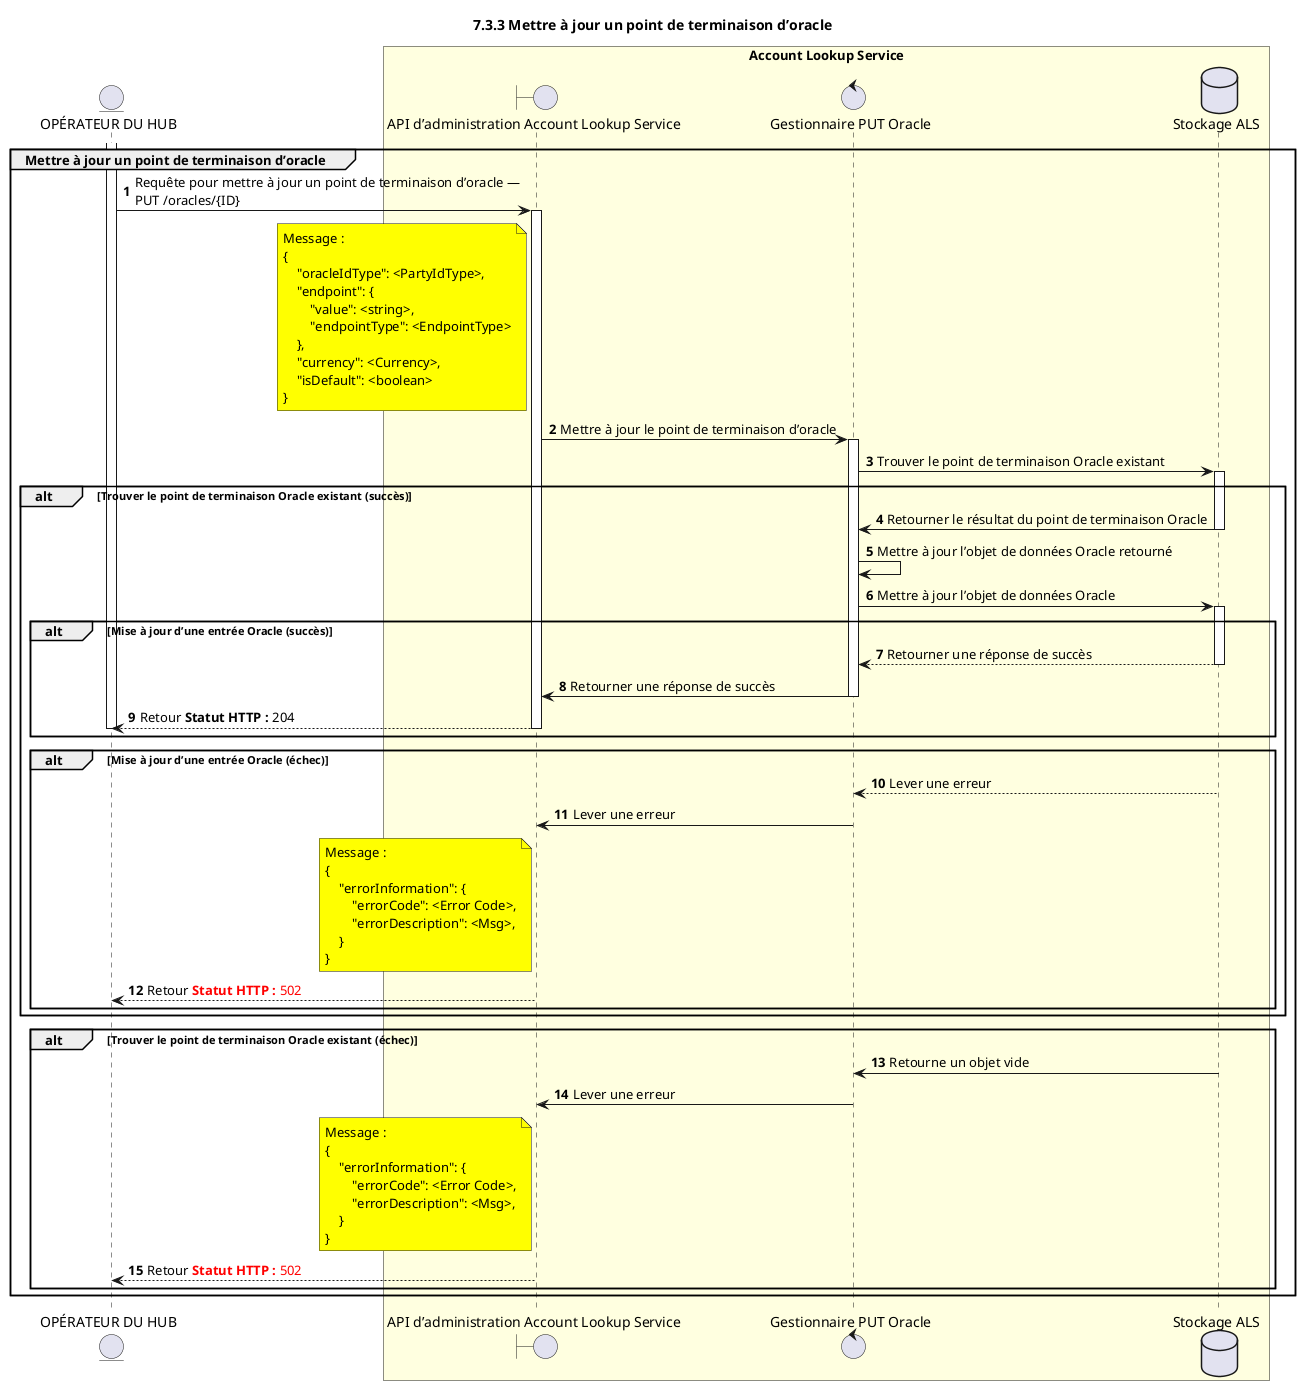
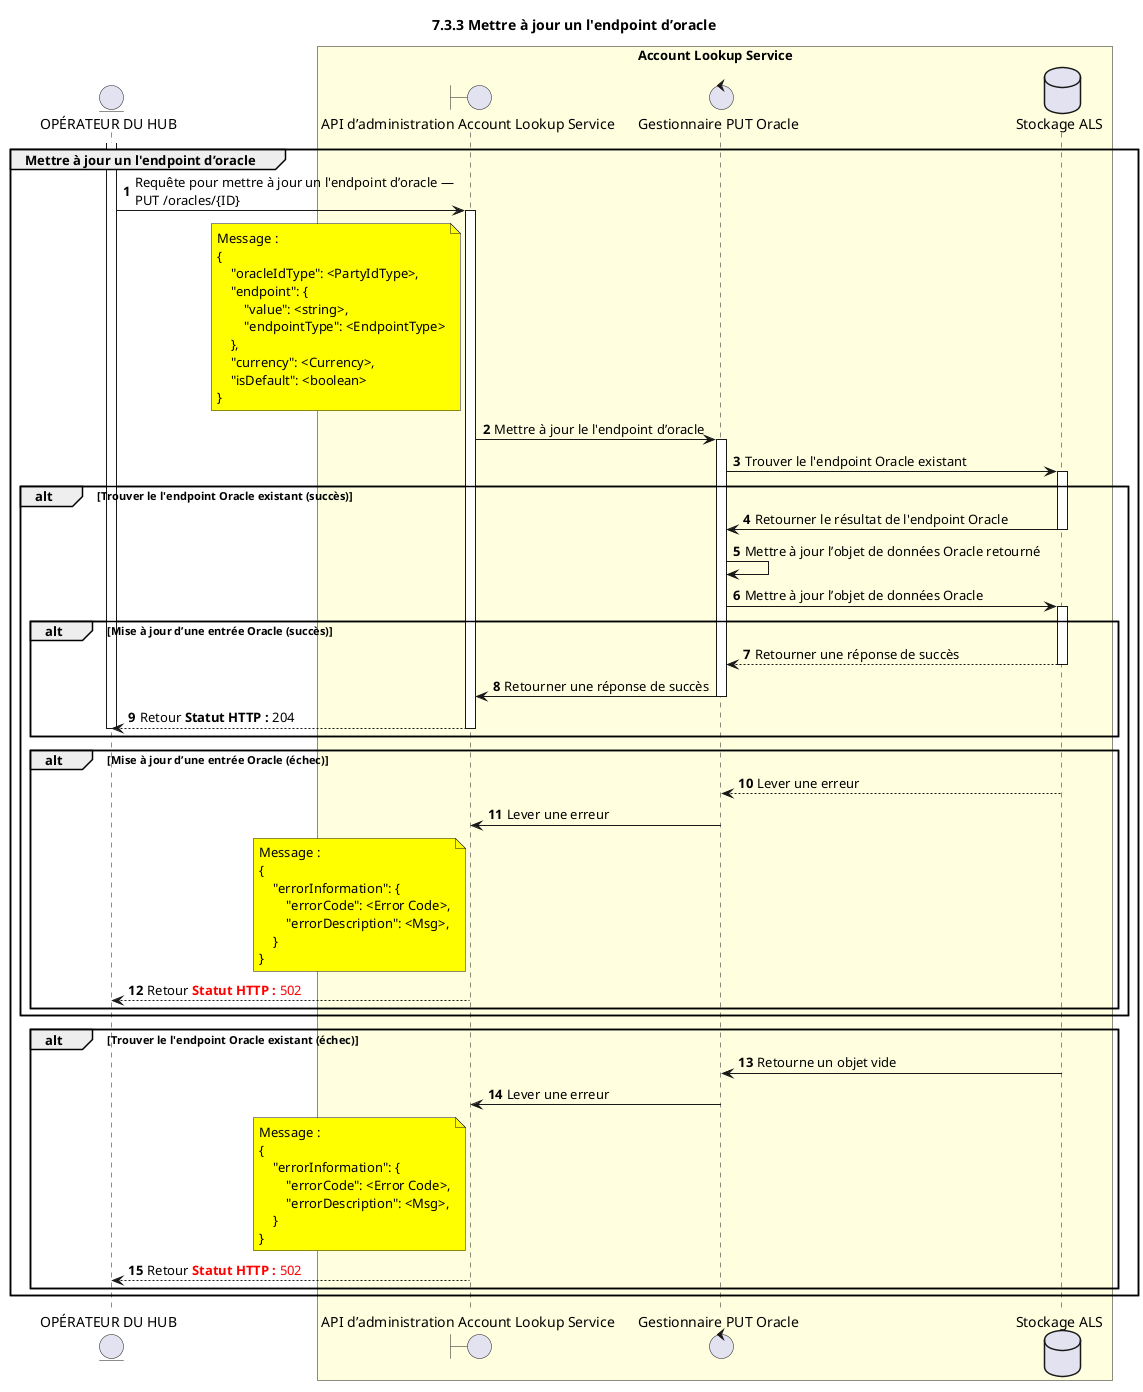
/'*****
 License
 --------------
 Copyright © 2017 Bill & Melinda Gates Foundation
 The Mojaloop files are made available by the Bill & Melinda Gates Foundation under the Apache License, Version 2.0 (the "License") and you may not use these files except in compliance with the License. You may obtain a copy of the License at
 http://www.apache.org/licenses/LICENSE-2.0
 Unless required by applicable law or agreed to in writing, the Mojaloop files are distributed on an "AS IS" BASIS, WITHOUT WARRANTIES OR CONDITIONS OF ANY KIND, either express or implied. See the License for the specific language governing permissions and limitations under the License.
 Contributors
 --------------
 This is the official list of the Mojaloop project contributors for this file.
 Names of the original copyright holders (individuals or organizations)
 should be listed with a '*' in the first column. People who have
 contributed from an organization can be listed under the organization
 that actually holds the copyright for their contributions (see the
 Gates Foundation organization for an example). Those individuals should have
 their names indented and be marked with a '-'. Email address can be added
 optionally within square brackets <email>.
 * Gates Foundation
 - Name Surname <name.surname@gatesfoundation.com>

 * Rajiv Mothilal <rajiv.mothilal@modusbox.com>
 --------------
 ******'/


@startuml
' titre
- title 7.3.3 Mettre à jour un point de terminaison d’oracle
+ title 7.3.3 Mettre à jour un l'endpoint d’oracle

autonumber


' Clés des acteurs :
' boundary - API / interfaces, etc.
' control - Gestionnaire d’administration ALS
' database - persistance base de données

' acteurs
entity "OPÉRATEUR DU HUB" as OPERATOR
boundary "API d’administration Account Lookup Service" as ALSADM
control "Gestionnaire PUT Oracle" as ORC_HANDLER
database "Stockage ALS" as DB

box "Account Lookup Service" #LightYellow
participant ALSADM
participant ORC_HANDLER
participant DB
end box

' flux

activate OPERATOR
- group Mettre à jour un point de terminaison d’oracle
-   OPERATOR -> ALSADM: Requête pour mettre à jour un point de terminaison d’oracle —\nPUT /oracles/{ID}
+ group Mettre à jour un l'endpoint d’oracle
+   OPERATOR -> ALSADM: Requête pour mettre à jour un l'endpoint d’oracle —\nPUT /oracles/{ID}
  note left of ALSADM #yellow
      Message :
      {
          "oracleIdType": <PartyIdType>,
          "endpoint": {
              "value": <string>,
              "endpointType": <EndpointType>
          },
          "currency": <Currency>,
          "isDefault": <boolean>
      }
  end note
  activate ALSADM

-   ALSADM -> ORC_HANDLER: Mettre à jour le point de terminaison d’oracle
+   ALSADM -> ORC_HANDLER: Mettre à jour le l'endpoint d’oracle

  activate ORC_HANDLER
-   ORC_HANDLER -> DB: Trouver le point de terminaison Oracle existant
-   alt Trouver le point de terminaison Oracle existant (succès)
+   ORC_HANDLER -> DB: Trouver le l'endpoint Oracle existant
+   alt Trouver le l'endpoint Oracle existant (succès)
      activate DB
-           DB -> ORC_HANDLER: Retourner le résultat du point de terminaison Oracle
+           DB -> ORC_HANDLER: Retourner le résultat de l'endpoint Oracle
          deactivate DB
          ORC_HANDLER -> ORC_HANDLER: Mettre à jour l’objet de données Oracle retourné
          ORC_HANDLER -> DB: Mettre à jour l’objet de données Oracle
          activate DB
      alt Mise à jour d’une entrée Oracle (succès)
        DB --> ORC_HANDLER: Retourner une réponse de succès
        deactivate DB

        ORC_HANDLER -> ALSADM: Retourner une réponse de succès
        deactivate ORC_HANDLER
        ALSADM --> OPERATOR: Retour <color #000000><b>Statut HTTP :</b> 204</color>

        deactivate ALSADM
        deactivate OPERATOR
      end

      alt Mise à jour d’une entrée Oracle (échec)
        DB --> ORC_HANDLER: Lever une erreur
        deactivate DB
        ORC_HANDLER -> ALSADM: Lever une erreur
        deactivate ORC_HANDLER
        note left of ALSADM #yellow
            Message :
            {
                "errorInformation": {
                    "errorCode": <Error Code>,
                    "errorDescription": <Msg>,
                }
            }
        end note

        ALSADM --> OPERATOR: Retour <color #FF0000><b>Statut HTTP :</b> 502</color>

        deactivate ALSADM
        deactivate OPERATOR


      end
  end
-   alt Trouver le point de terminaison Oracle existant (échec)
+   alt Trouver le l'endpoint Oracle existant (échec)
    DB -> ORC_HANDLER: Retourne un objet vide
    ORC_HANDLER -> ALSADM: Lever une erreur
    note left of ALSADM #yellow
        Message :
        {
            "errorInformation": {
                "errorCode": <Error Code>,
                "errorDescription": <Msg>,
            }
        }
    end note
    ALSADM --> OPERATOR: Retour <color #FF0000><b>Statut HTTP :</b> 502</color>
  end
end

@enduml
